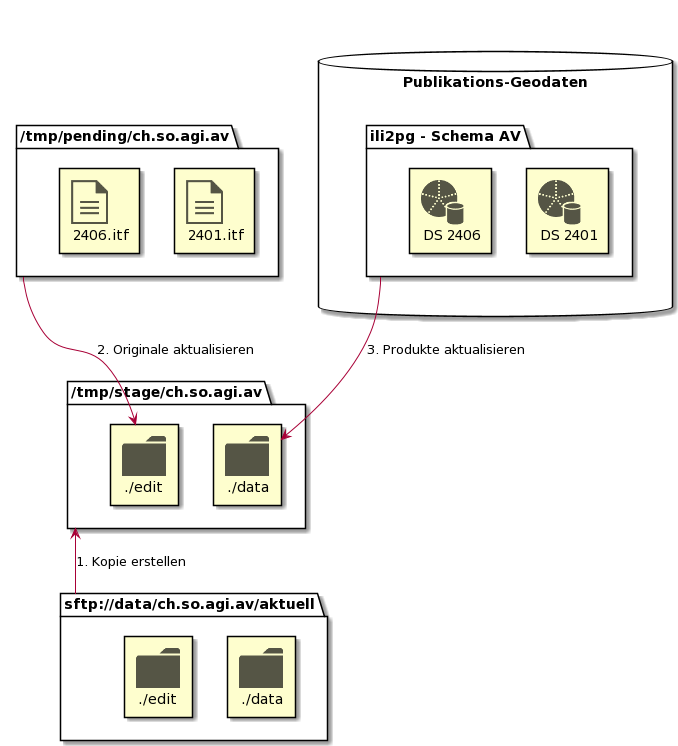
This is gretl_publisher/regionen/res/regionen_av.png from sogis/p-datenbezug, a PlantUML export, as it was before one commit.
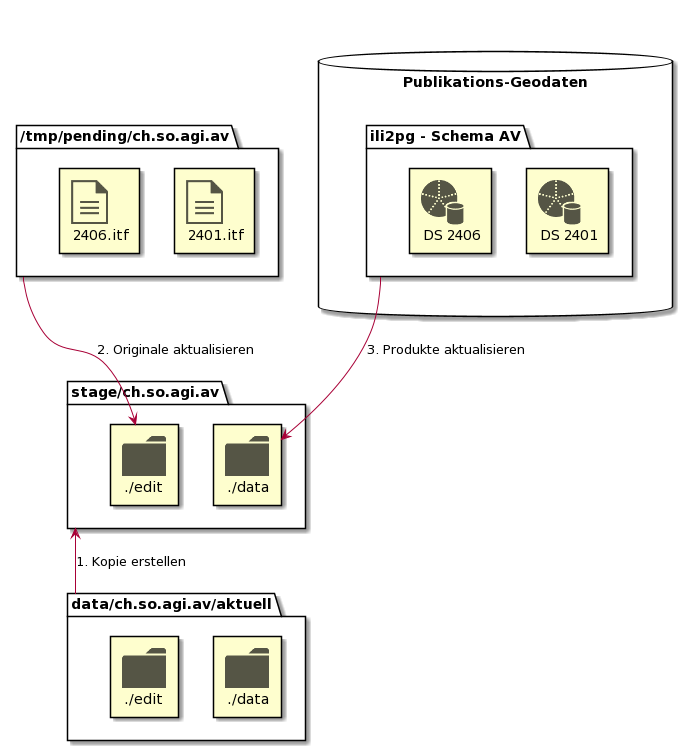
The same diagram one commit later.

Diff of the diagram source:
```diff
@@ -18,12 +18,12 @@
     OFF_DOCUMENT(2406, 2406.itf)
 }
 
-package "/tmp/stage/ch.so.agi.av" as stage {
+package "stage/ch.so.agi.av" as stage {
     OFF_FOLDER(stage_edit, ./edit)
     OFF_FOLDER(stage_data, ./data)
 }
 
-package "sftp://data/ch.so.agi.av/aktuell" as aktuell {
+package "data/ch.so.agi.av/aktuell" as aktuell {
     OFF_FOLDER(akt_edit, ./edit)
     OFF_FOLDER(akt_data, ./data)
 
```
